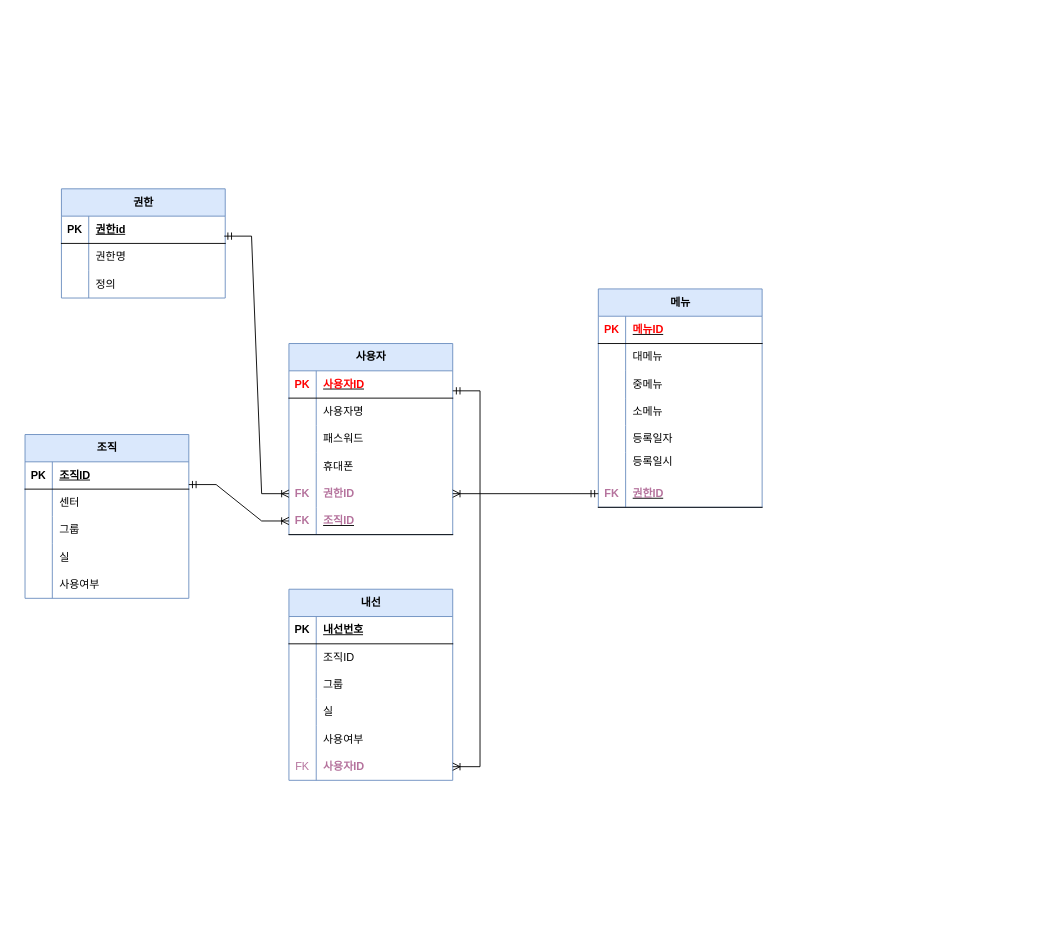
Earlier version of the draw.io diagram page "페이지-3" (3 of 3) of 제목 없는 다이어그램.drawio (wishholic/ERD). Source tidied: cells renumbered, new cells numbered last; positions are measured from the earlier drawing's top-left corner, leaving out a move shared by most shapes. Both pictures are drawn from the tidied source at 91%, with x=0, y=0 at pixel (25, 188).
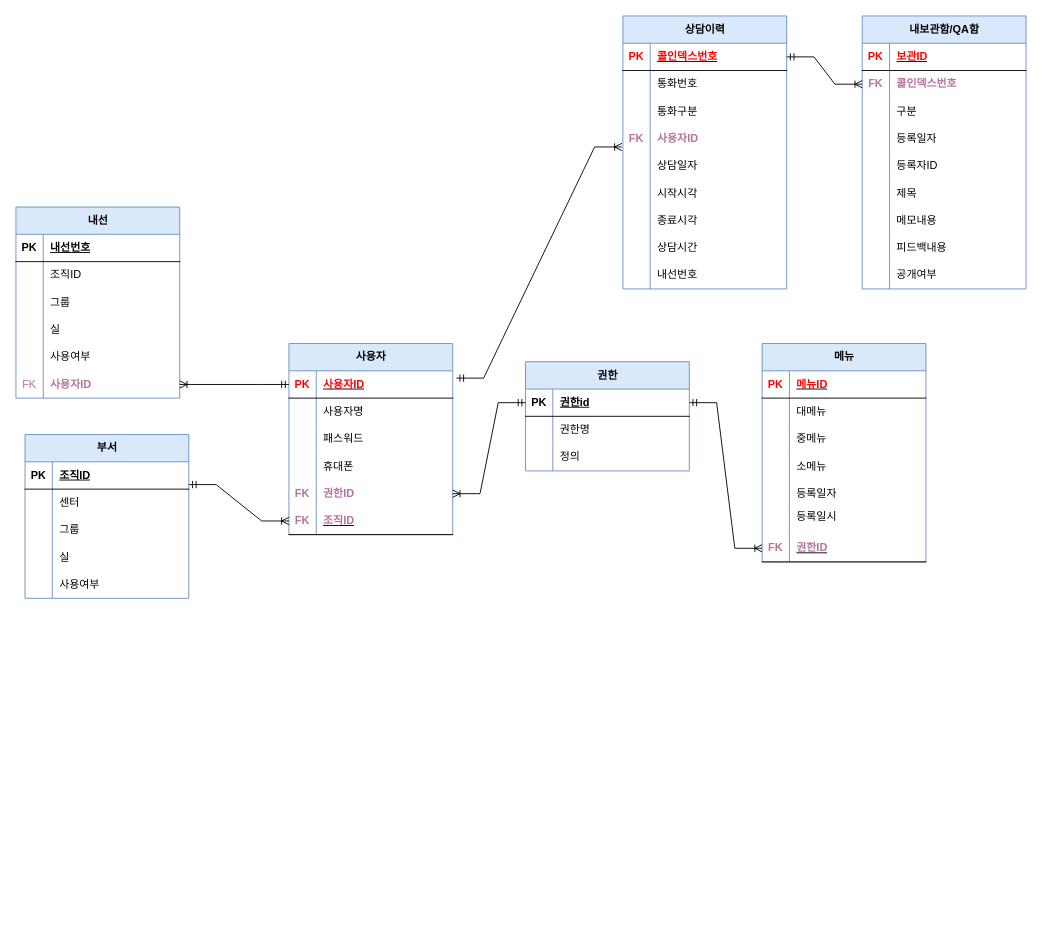
The same diagram, later.

Commit message:
제목 없는 다이어그램.drawio 업데이트

The change refers to these unchanged cells:
```xml
<mxCell id="3" style="shape=tableRow;horizontal=0;startSize=0;swimlaneHead=0;swimlaneBody=0;fillColor=none;points=[[0,0.5],[1,0.5]];portConstraint=eastwest;top=0;left=0;right=0;bottom=1;" parent="2" vertex="1">
  <mxGeometry y="30" width="180" height="30" as="geometry" />
</mxCell>
<mxCell id="13" style="shape=tableRow;horizontal=0;startSize=0;swimlaneHead=0;swimlaneBody=0;fillColor=none;points=[[0,0.5],[1,0.5]];portConstraint=eastwest;top=0;left=0;right=0;bottom=1;" parent="12" vertex="1">
  <mxGeometry y="30" width="180" height="30" as="geometry" />
</mxCell>
<mxCell id="25" style="shape=tableRow;horizontal=0;startSize=0;swimlaneHead=0;swimlaneBody=0;fillColor=none;points=[[0,0.5],[1,0.5]];portConstraint=eastwest;top=0;left=0;right=0;bottom=0;" parent="12" vertex="1">
  <mxGeometry y="150" width="180" height="30" as="geometry" />
</mxCell>
<mxCell id="65" style="shape=tableRow;horizontal=0;startSize=0;swimlaneHead=0;swimlaneBody=0;fillColor=none;points=[[0,0.5],[1,0.5]];portConstraint=eastwest;top=0;left=0;right=0;bottom=0;" parent="49" vertex="1">
  <mxGeometry y="180" width="180" height="30" as="geometry" />
</mxCell>
<mxCell id="89" style="shape=tableRow;horizontal=0;startSize=0;swimlaneHead=0;swimlaneBody=0;fillColor=none;points=[[0,0.5],[1,0.5]];portConstraint=eastwest;top=0;left=0;right=0;bottom=1;" parent="70" vertex="1">
  <mxGeometry y="210" width="180" height="30" as="geometry" />
</mxCell>
```

Change to the diagram source:
```diff
@@
     <mxCell id="2" value="권한" style="shape=table;startSize=30;childLayout=tableLayout;rowLines=0;fontStyle=1;align=center;html=1;fillColor=#dae8fc;strokeColor=#6c8ebf;" parent="1" vertex="1">
-      <mxGeometry x="40" width="180" height="120" as="geometry" />
+      <mxGeometry x="550" y="190" width="180" height="120" as="geometry" />
     </mxCell>
@@
-    <mxCell id="31" style="edgeStyle=entityRelationEdgeStyle;fontSize=12;html=1;endArrow=ERoneToMany;startArrow=ERmandOne;rounded=0;entryX=0;entryY=0.5;entryDx=0;entryDy=0;exitX=0.994;exitY=0.733;exitDx=0;exitDy=0;exitPerimeter=0;" parent="1" edge="1" source="3" target="25">
+    <mxCell id="31" style="edgeStyle=entityRelationEdgeStyle;fontSize=12;html=1;endArrow=ERoneToMany;startArrow=ERmandOne;rounded=0;entryX=1;entryY=0.5;entryDx=0;entryDy=0;exitX=0;exitY=0.5;exitDx=0;exitDy=0;" parent="1" edge="1" source="3" target="25">
       <mxGeometry relative="1" as="geometry" />
     </mxCell>
@@
-    <mxCell id="33" value="조직" style="shape=table;startSize=30;childLayout=tableLayout;rowLines=0;fontStyle=1;align=center;html=1;fillColor=#dae8fc;strokeColor=#6c8ebf;" parent="1" vertex="1">
+    <mxCell id="33" value="부서" style="shape=table;startSize=30;childLayout=tableLayout;rowLines=0;fontStyle=1;align=center;html=1;fillColor=#dae8fc;strokeColor=#6c8ebf;" parent="1" vertex="1">
       <mxGeometry y="270" width="180" height="180" as="geometry" />
     </mxCell>
@@
     <mxCell id="49" value="내선" style="shape=table;startSize=30;childLayout=tableLayout;rowLines=0;fontStyle=1;align=center;html=1;fillColor=#dae8fc;strokeColor=#6c8ebf;" parent="1" vertex="1">
-      <mxGeometry x="290" y="440" width="180" height="210" as="geometry" />
+      <mxGeometry x="-10" y="20" width="180" height="210" as="geometry" />
     </mxCell>
@@
-    <mxCell id="69" style="edgeStyle=entityRelationEdgeStyle;fontSize=12;html=1;endArrow=ERoneToMany;startArrow=ERmandOne;rounded=0;fontFamily=Helvetica;fontColor=default;fontStyle=1;entryX=1;entryY=0.5;entryDx=0;entryDy=0;exitX=1;exitY=0.733;exitDx=0;exitDy=0;exitPerimeter=0;" parent="1" edge="1" source="13" target="65">
-      <mxGeometry relative="1" as="geometry" />
-    </mxCell>
     <mxCell id="70" value="메뉴" style="shape=table;startSize=30;childLayout=tableLayout;rowLines=0;fontStyle=1;align=center;html=1;fillColor=#dae8fc;strokeColor=#6c8ebf;" parent="1" vertex="1">
-      <mxGeometry x="630" y="110" width="180" height="240" as="geometry" />
+      <mxGeometry x="810" y="170" width="180" height="240" as="geometry" />
     </mxCell>
@@
-    <mxCell id="92" style="edgeStyle=entityRelationEdgeStyle;fontSize=12;html=1;endArrow=ERoneToMany;startArrow=ERmandOne;rounded=0;fontFamily=Helvetica;fontColor=default;fontStyle=1;entryX=1;entryY=0.5;entryDx=0;entryDy=0;exitX=0;exitY=0.5;exitDx=0;exitDy=0;" parent="1" edge="1" source="89" target="25">
+    <mxCell id="92" style="edgeStyle=entityRelationEdgeStyle;fontSize=12;html=1;endArrow=ERoneToMany;startArrow=ERmandOne;rounded=0;fontFamily=Helvetica;fontColor=default;fontStyle=1;entryX=0;entryY=0.5;entryDx=0;entryDy=0;exitX=1;exitY=0.5;exitDx=0;exitDy=0;" parent="1" edge="1" source="3" target="89">
       <mxGeometry relative="1" as="geometry" />
     </mxCell>
+    <mxCell id="69" style="edgeStyle=entityRelationEdgeStyle;fontSize=12;html=1;endArrow=ERoneToMany;startArrow=ERmandOne;rounded=0;fontFamily=Helvetica;fontColor=default;fontStyle=1;entryX=1;entryY=0.5;entryDx=0;entryDy=0;exitX=0;exitY=0.5;exitDx=0;exitDy=0;" parent="1" edge="1" source="13" target="65">
+      <mxGeometry relative="1" as="geometry" />
+    </mxCell>
+    <mxCell id="93" value="상담이력" style="shape=table;startSize=30;childLayout=tableLayout;rowLines=0;fontStyle=1;align=center;html=1;fillColor=#dae8fc;strokeColor=#6c8ebf;" parent="1" vertex="1">
+      <mxGeometry x="657" y="-190" width="180" height="300" as="geometry" />
+    </mxCell>
+    <mxCell id="94" style="shape=tableRow;horizontal=0;startSize=0;swimlaneHead=0;swimlaneBody=0;fillColor=none;points=[[0,0.5],[1,0.5]];portConstraint=eastwest;top=0;left=0;right=0;bottom=1;" parent="93" vertex="1">
+      <mxGeometry y="30" width="180" height="30" as="geometry" />
+    </mxCell>
+    <mxCell id="95" value="&lt;font color=&quot;#ff0000&quot;&gt;PK&lt;/font&gt;" style="shape=partialRectangle;fillColor=none;top=0;left=0;bottom=0;right=0;fontStyle=1;overflow=hidden;whiteSpace=wrap;html=1;" parent="94" vertex="1">
+      <mxGeometry width="30" height="30" as="geometry" />
+    </mxCell>
+    <mxCell id="96" value="&lt;font color=&quot;#ff0000&quot;&gt;콜인덱스번호&lt;/font&gt;" style="shape=partialRectangle;fillColor=none;top=0;left=0;bottom=0;right=0;align=left;spacingLeft=6;fontStyle=5;overflow=hidden;whiteSpace=wrap;html=1;" parent="94" vertex="1">
+      <mxGeometry x="30" width="150" height="30" as="geometry" />
+    </mxCell>
+    <mxCell id="97" style="shape=tableRow;horizontal=0;startSize=0;swimlaneHead=0;swimlaneBody=0;fillColor=none;top=0;left=0;right=0;bottom=0;" parent="93" vertex="1">
+      <mxGeometry y="60" width="180" height="30" as="geometry" />
+    </mxCell>
+    <mxCell id="98" style="shape=partialRectangle;fillColor=none;top=0;left=0;bottom=0;right=0;overflow=hidden;whiteSpace=wrap;html=1;" parent="97" vertex="1">
+      <mxGeometry width="30" height="30" as="geometry" />
+    </mxCell>
+    <mxCell id="99" value="통화번호" style="shape=partialRectangle;fillColor=none;top=0;left=0;bottom=0;right=0;align=left;spacingLeft=6;overflow=hidden;whiteSpace=wrap;html=1;" parent="97" vertex="1">
+      <mxGeometry x="30" width="150" height="30" as="geometry" />
+    </mxCell>
+    <mxCell id="100" style="shape=tableRow;horizontal=0;startSize=0;swimlaneHead=0;swimlaneBody=0;fillColor=none;top=0;left=0;right=0;bottom=0;" parent="93" vertex="1">
+      <mxGeometry y="90" width="180" height="30" as="geometry" />
+    </mxCell>
+    <mxCell id="101" style="shape=partialRectangle;fillColor=none;top=0;left=0;bottom=0;right=0;overflow=hidden;whiteSpace=wrap;html=1;" parent="100" vertex="1">
+      <mxGeometry width="30" height="30" as="geometry" />
+    </mxCell>
+    <mxCell id="102" value="통화구분" style="shape=partialRectangle;fillColor=none;top=0;left=0;bottom=0;right=0;align=left;spacingLeft=6;overflow=hidden;whiteSpace=wrap;html=1;" parent="100" vertex="1">
+      <mxGeometry x="30" width="150" height="30" as="geometry" />
+    </mxCell>
+    <mxCell id="103" style="shape=tableRow;horizontal=0;startSize=0;swimlaneHead=0;swimlaneBody=0;fillColor=none;points=[[0,0.5],[1,0.5]];portConstraint=eastwest;top=0;left=0;right=0;bottom=0;" parent="93" vertex="1">
+      <mxGeometry y="120" width="180" height="30" as="geometry" />
+    </mxCell>
+    <mxCell id="104" value="&lt;font color=&quot;#b5739d&quot;&gt;&lt;b&gt;FK&lt;/b&gt;&lt;/font&gt;" style="shape=partialRectangle;fillColor=none;top=0;left=0;bottom=0;right=0;overflow=hidden;whiteSpace=wrap;html=1;" parent="103" vertex="1">
+      <mxGeometry width="30" height="30" as="geometry" />
+    </mxCell>
+    <mxCell id="105" value="&lt;font color=&quot;#b5739d&quot;&gt;&lt;b&gt;사용자ID&lt;/b&gt;&lt;/font&gt;" style="shape=partialRectangle;fillColor=none;top=0;left=0;bottom=0;right=0;align=left;spacingLeft=6;overflow=hidden;whiteSpace=wrap;html=1;" parent="103" vertex="1">
+      <mxGeometry x="30" width="150" height="30" as="geometry" />
+    </mxCell>
+    <mxCell id="106" style="shape=tableRow;horizontal=0;startSize=0;swimlaneHead=0;swimlaneBody=0;fillColor=none;top=0;left=0;right=0;bottom=0;" parent="93" vertex="1">
+      <mxGeometry y="150" width="180" height="30" as="geometry" />
+    </mxCell>
+    <mxCell id="107" style="shape=partialRectangle;fillColor=none;top=0;left=0;bottom=0;right=0;overflow=hidden;whiteSpace=wrap;html=1;" parent="106" vertex="1">
+      <mxGeometry width="30" height="30" as="geometry" />
+    </mxCell>
+    <mxCell id="108" value="상담일자" style="shape=partialRectangle;fillColor=none;top=0;left=0;bottom=0;right=0;align=left;spacingLeft=6;overflow=hidden;whiteSpace=wrap;html=1;" parent="106" vertex="1">
+      <mxGeometry x="30" width="150" height="30" as="geometry" />
+    </mxCell>
+    <mxCell id="109" style="shape=tableRow;horizontal=0;startSize=0;swimlaneHead=0;swimlaneBody=0;fillColor=none;top=0;left=0;right=0;bottom=0;" parent="93" vertex="1">
+      <mxGeometry y="180" width="180" height="30" as="geometry" />
+    </mxCell>
+    <mxCell id="110" style="shape=partialRectangle;fillColor=none;top=0;left=0;bottom=0;right=0;overflow=hidden;whiteSpace=wrap;html=1;" parent="109" vertex="1">
+      <mxGeometry width="30" height="30" as="geometry" />
+    </mxCell>
+    <mxCell id="111" value="시작시각" style="shape=partialRectangle;fillColor=none;top=0;left=0;bottom=0;right=0;align=left;spacingLeft=6;overflow=hidden;whiteSpace=wrap;html=1;" parent="109" vertex="1">
+      <mxGeometry x="30" width="150" height="30" as="geometry" />
+    </mxCell>
+    <mxCell id="112" style="shape=tableRow;horizontal=0;startSize=0;swimlaneHead=0;swimlaneBody=0;fillColor=none;top=0;left=0;right=0;bottom=0;" parent="93" vertex="1">
+      <mxGeometry y="210" width="180" height="30" as="geometry" />
+    </mxCell>
+    <mxCell id="113" style="shape=partialRectangle;fillColor=none;top=0;left=0;bottom=0;right=0;overflow=hidden;whiteSpace=wrap;html=1;" parent="112" vertex="1">
+      <mxGeometry width="30" height="30" as="geometry" />
+    </mxCell>
+    <mxCell id="114" value="종료시각" style="shape=partialRectangle;fillColor=none;top=0;left=0;bottom=0;right=0;align=left;spacingLeft=6;overflow=hidden;whiteSpace=wrap;html=1;" parent="112" vertex="1">
+      <mxGeometry x="30" width="150" height="30" as="geometry" />
+    </mxCell>
+    <mxCell id="115" style="shape=tableRow;horizontal=0;startSize=0;swimlaneHead=0;swimlaneBody=0;fillColor=none;top=0;left=0;right=0;bottom=0;" parent="93" vertex="1">
+      <mxGeometry y="240" width="180" height="30" as="geometry" />
+    </mxCell>
+    <mxCell id="116" style="shape=partialRectangle;fillColor=none;top=0;left=0;bottom=0;right=0;overflow=hidden;whiteSpace=wrap;html=1;" parent="115" vertex="1">
+      <mxGeometry width="30" height="30" as="geometry" />
+    </mxCell>
+    <mxCell id="117" value="상담시간" style="shape=partialRectangle;fillColor=none;top=0;left=0;bottom=0;right=0;align=left;spacingLeft=6;overflow=hidden;whiteSpace=wrap;html=1;" parent="115" vertex="1">
+      <mxGeometry x="30" width="150" height="30" as="geometry" />
+    </mxCell>
+    <mxCell id="118" style="shape=tableRow;horizontal=0;startSize=0;swimlaneHead=0;swimlaneBody=0;fillColor=none;top=0;left=0;right=0;bottom=0;" parent="93" vertex="1">
+      <mxGeometry y="270" width="180" height="30" as="geometry" />
+    </mxCell>
+    <mxCell id="119" style="shape=partialRectangle;fillColor=none;top=0;left=0;bottom=0;right=0;overflow=hidden;whiteSpace=wrap;html=1;" parent="118" vertex="1">
+      <mxGeometry width="30" height="30" as="geometry" />
+    </mxCell>
+    <mxCell id="120" value="내선번호" style="shape=partialRectangle;fillColor=none;top=0;left=0;bottom=0;right=0;align=left;spacingLeft=6;overflow=hidden;whiteSpace=wrap;html=1;" parent="118" vertex="1">
+      <mxGeometry x="30" width="150" height="30" as="geometry" />
+    </mxCell>
+    <mxCell id="121" style="edgeStyle=entityRelationEdgeStyle;fontSize=12;html=1;endArrow=ERoneToMany;startArrow=ERmandOne;rounded=0;fontFamily=Helvetica;fontColor=default;fontStyle=1;exitX=1.022;exitY=0.267;exitDx=0;exitDy=0;exitPerimeter=0;entryX=-0.006;entryY=0.8;entryDx=0;entryDy=0;entryPerimeter=0;" parent="1" edge="1" source="13" target="103">
+      <mxGeometry relative="1" as="geometry" />
+    </mxCell>
+    <mxCell id="122" value="내보관함/QA함" style="shape=table;startSize=30;childLayout=tableLayout;rowLines=0;fontStyle=1;align=center;html=1;fillColor=#dae8fc;strokeColor=#6c8ebf;" parent="1" vertex="1">
+      <mxGeometry x="920" y="-190" width="180" height="300" as="geometry" />
+    </mxCell>
+    <mxCell id="123" style="shape=tableRow;horizontal=0;startSize=0;swimlaneHead=0;swimlaneBody=0;fillColor=none;top=0;left=0;right=0;bottom=1;" parent="122" vertex="1">
+      <mxGeometry y="30" width="180" height="30" as="geometry" />
+    </mxCell>
+    <mxCell id="124" value="&lt;font color=&quot;#ff0000&quot;&gt;PK&lt;/font&gt;" style="shape=partialRectangle;fillColor=none;top=0;left=0;bottom=0;right=0;fontStyle=1;overflow=hidden;whiteSpace=wrap;html=1;" parent="123" vertex="1">
+      <mxGeometry width="30" height="30" as="geometry" />
+    </mxCell>
+    <mxCell id="125" value="&lt;font color=&quot;#ff0000&quot;&gt;보관ID&lt;/font&gt;" style="shape=partialRectangle;fillColor=none;top=0;left=0;bottom=0;right=0;align=left;spacingLeft=6;fontStyle=5;overflow=hidden;whiteSpace=wrap;html=1;" parent="123" vertex="1">
+      <mxGeometry x="30" width="150" height="30" as="geometry" />
+    </mxCell>
+    <mxCell id="126" style="shape=tableRow;horizontal=0;startSize=0;swimlaneHead=0;swimlaneBody=0;fillColor=none;points=[[0,0.5],[1,0.5]];portConstraint=eastwest;top=0;left=0;right=0;bottom=0;" parent="122" vertex="1">
+      <mxGeometry y="60" width="180" height="30" as="geometry" />
+    </mxCell>
+    <mxCell id="127" value="&lt;font color=&quot;#b5739d&quot;&gt;&lt;b&gt;FK&lt;/b&gt;&lt;/font&gt;" style="shape=partialRectangle;fillColor=none;top=0;left=0;bottom=0;right=0;overflow=hidden;whiteSpace=wrap;html=1;" parent="126" vertex="1">
+      <mxGeometry width="30" height="30" as="geometry" />
+    </mxCell>
+    <mxCell id="128" value="&lt;font color=&quot;#b5739d&quot;&gt;&lt;b&gt;콜인덱스번호&lt;/b&gt;&lt;/font&gt;" style="shape=partialRectangle;fillColor=none;top=0;left=0;bottom=0;right=0;align=left;spacingLeft=6;overflow=hidden;whiteSpace=wrap;html=1;" parent="126" vertex="1">
+      <mxGeometry x="30" width="150" height="30" as="geometry" />
+    </mxCell>
+    <mxCell id="129" style="shape=tableRow;horizontal=0;startSize=0;swimlaneHead=0;swimlaneBody=0;fillColor=none;top=0;left=0;right=0;bottom=0;" parent="122" vertex="1">
+      <mxGeometry y="90" width="180" height="30" as="geometry" />
+    </mxCell>
+    <mxCell id="130" style="shape=partialRectangle;fillColor=none;top=0;left=0;bottom=0;right=0;overflow=hidden;whiteSpace=wrap;html=1;" parent="129" vertex="1">
+      <mxGeometry width="30" height="30" as="geometry" />
+    </mxCell>
+    <mxCell id="131" value="구분" style="shape=partialRectangle;fillColor=none;top=0;left=0;bottom=0;right=0;align=left;spacingLeft=6;overflow=hidden;whiteSpace=wrap;html=1;" parent="129" vertex="1">
+      <mxGeometry x="30" width="150" height="30" as="geometry" />
+    </mxCell>
+    <mxCell id="132" style="shape=tableRow;horizontal=0;startSize=0;swimlaneHead=0;swimlaneBody=0;fillColor=none;top=0;left=0;right=0;bottom=0;" parent="122" vertex="1">
+      <mxGeometry y="120" width="180" height="30" as="geometry" />
+    </mxCell>
+    <mxCell id="133" style="shape=partialRectangle;fillColor=none;top=0;left=0;bottom=0;right=0;overflow=hidden;whiteSpace=wrap;html=1;" parent="132" vertex="1">
+      <mxGeometry width="30" height="30" as="geometry" />
+    </mxCell>
+    <mxCell id="134" value="등록일자" style="shape=partialRectangle;fillColor=none;top=0;left=0;bottom=0;right=0;align=left;spacingLeft=6;overflow=hidden;whiteSpace=wrap;html=1;" parent="132" vertex="1">
+      <mxGeometry x="30" width="150" height="30" as="geometry" />
+    </mxCell>
+    <mxCell id="135" style="shape=tableRow;horizontal=0;startSize=0;swimlaneHead=0;swimlaneBody=0;fillColor=none;top=0;left=0;right=0;bottom=0;" parent="122" vertex="1">
+      <mxGeometry y="150" width="180" height="30" as="geometry" />
+    </mxCell>
+    <mxCell id="136" style="shape=partialRectangle;fillColor=none;top=0;left=0;bottom=0;right=0;overflow=hidden;whiteSpace=wrap;html=1;" parent="135" vertex="1">
+      <mxGeometry width="30" height="30" as="geometry" />
+    </mxCell>
+    <mxCell id="137" value="등록자ID" style="shape=partialRectangle;fillColor=none;top=0;left=0;bottom=0;right=0;align=left;spacingLeft=6;overflow=hidden;whiteSpace=wrap;html=1;" parent="135" vertex="1">
+      <mxGeometry x="30" width="150" height="30" as="geometry" />
+    </mxCell>
+    <mxCell id="138" style="shape=tableRow;horizontal=0;startSize=0;swimlaneHead=0;swimlaneBody=0;fillColor=none;top=0;left=0;right=0;bottom=0;" parent="122" vertex="1">
+      <mxGeometry y="180" width="180" height="30" as="geometry" />
+    </mxCell>
+    <mxCell id="139" style="shape=partialRectangle;fillColor=none;top=0;left=0;bottom=0;right=0;overflow=hidden;whiteSpace=wrap;html=1;" parent="138" vertex="1">
+      <mxGeometry width="30" height="30" as="geometry" />
+    </mxCell>
+    <mxCell id="140" value="제목" style="shape=partialRectangle;fillColor=none;top=0;left=0;bottom=0;right=0;align=left;spacingLeft=6;overflow=hidden;whiteSpace=wrap;html=1;" parent="138" vertex="1">
+      <mxGeometry x="30" width="150" height="30" as="geometry" />
+    </mxCell>
+    <mxCell id="141" style="shape=tableRow;horizontal=0;startSize=0;swimlaneHead=0;swimlaneBody=0;fillColor=none;top=0;left=0;right=0;bottom=0;" parent="122" vertex="1">
+      <mxGeometry y="210" width="180" height="30" as="geometry" />
+    </mxCell>
+    <mxCell id="142" style="shape=partialRectangle;fillColor=none;top=0;left=0;bottom=0;right=0;overflow=hidden;whiteSpace=wrap;html=1;" parent="141" vertex="1">
+      <mxGeometry width="30" height="30" as="geometry" />
+    </mxCell>
+    <mxCell id="143" value="메모내용" style="shape=partialRectangle;fillColor=none;top=0;left=0;bottom=0;right=0;align=left;spacingLeft=6;overflow=hidden;whiteSpace=wrap;html=1;" parent="141" vertex="1">
+      <mxGeometry x="30" width="150" height="30" as="geometry" />
+    </mxCell>
+    <mxCell id="144" style="shape=tableRow;horizontal=0;startSize=0;swimlaneHead=0;swimlaneBody=0;fillColor=none;top=0;left=0;right=0;bottom=0;" parent="122" vertex="1">
+      <mxGeometry y="240" width="180" height="30" as="geometry" />
+    </mxCell>
+    <mxCell id="145" style="shape=partialRectangle;fillColor=none;top=0;left=0;bottom=0;right=0;overflow=hidden;whiteSpace=wrap;html=1;" parent="144" vertex="1">
+      <mxGeometry width="30" height="30" as="geometry" />
+    </mxCell>
+    <mxCell id="146" value="피드백내용" style="shape=partialRectangle;fillColor=none;top=0;left=0;bottom=0;right=0;align=left;spacingLeft=6;overflow=hidden;whiteSpace=wrap;html=1;" parent="144" vertex="1">
+      <mxGeometry x="30" width="150" height="30" as="geometry" />
+    </mxCell>
+    <mxCell id="147" style="shape=tableRow;horizontal=0;startSize=0;swimlaneHead=0;swimlaneBody=0;fillColor=none;top=0;left=0;right=0;bottom=0;" parent="122" vertex="1">
+      <mxGeometry y="270" width="180" height="30" as="geometry" />
+    </mxCell>
+    <mxCell id="148" style="shape=partialRectangle;fillColor=none;top=0;left=0;bottom=0;right=0;overflow=hidden;whiteSpace=wrap;html=1;" parent="147" vertex="1">
+      <mxGeometry width="30" height="30" as="geometry" />
+    </mxCell>
+    <mxCell id="149" value="공개여부" style="shape=partialRectangle;fillColor=none;top=0;left=0;bottom=0;right=0;align=left;spacingLeft=6;overflow=hidden;whiteSpace=wrap;html=1;" parent="147" vertex="1">
+      <mxGeometry x="30" width="150" height="30" as="geometry" />
+    </mxCell>
+    <mxCell id="150" style="edgeStyle=entityRelationEdgeStyle;fontSize=12;html=1;endArrow=ERoneToMany;startArrow=ERmandOne;rounded=0;fontFamily=Helvetica;fontColor=default;fontStyle=1;exitX=1;exitY=0.5;exitDx=0;exitDy=0;entryX=0;entryY=0.5;entryDx=0;entryDy=0;" parent="1" edge="1" source="94" target="126">
+      <mxGeometry relative="1" as="geometry" />
+    </mxCell>
```
